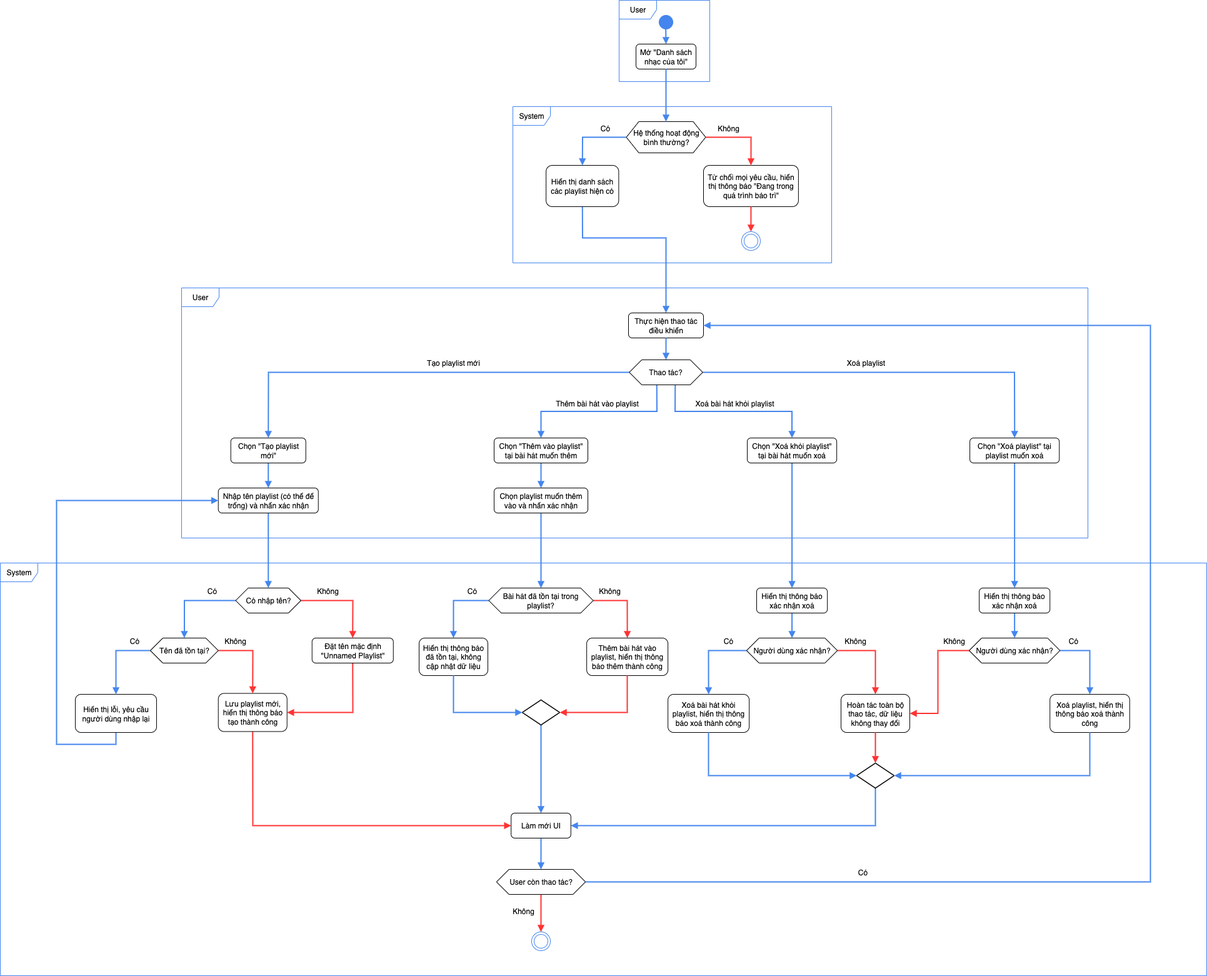
This is Images/playlist/playlist-activity.png from phuvi301/DOAN-CNPM, a draw.io export, as it was before one commit. Source tidied: cells renumbered, new cells last; positions are measured from the earlier drawing's top-left corner, leaving out a move shared by most shapes.
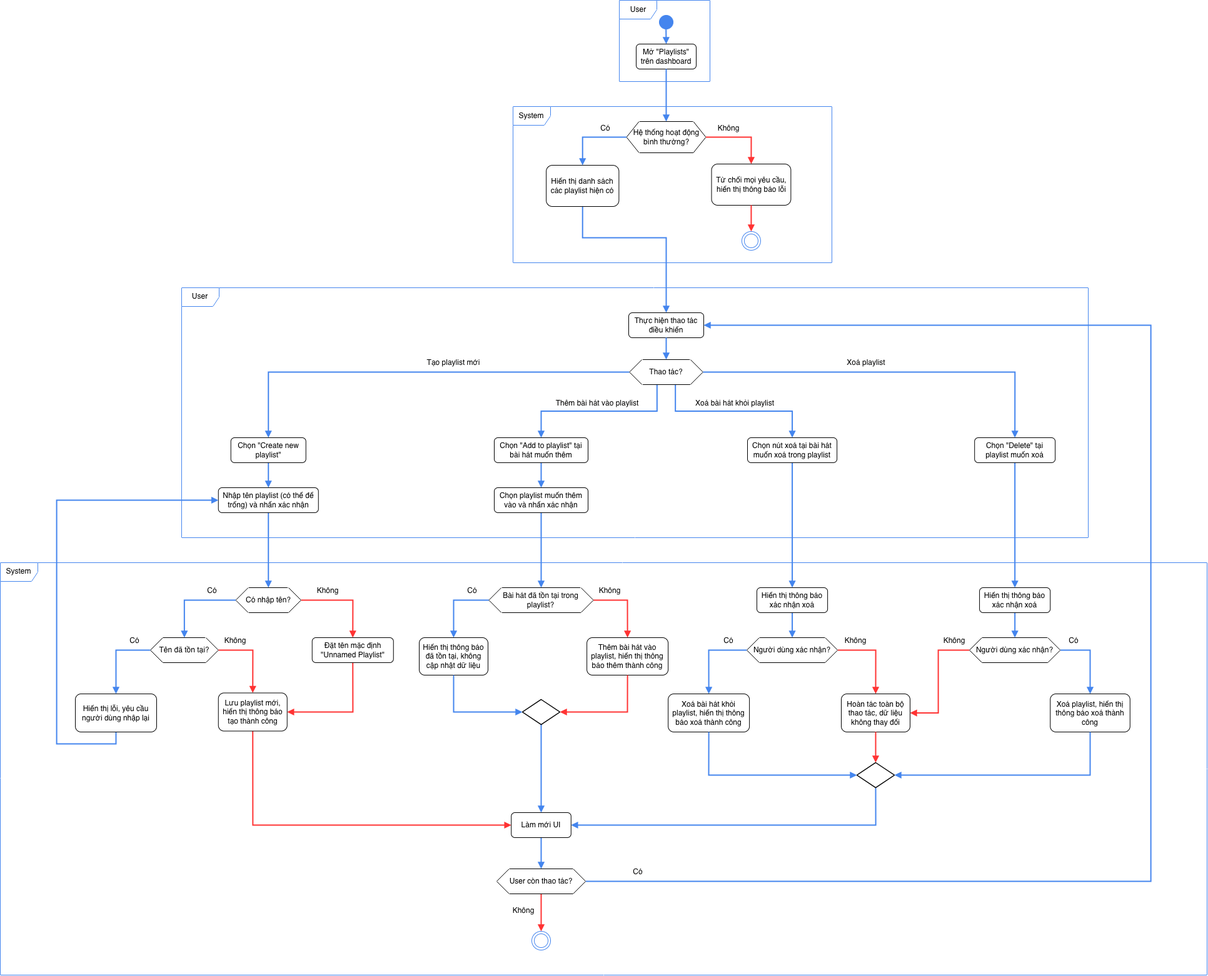
Later version of the same file.

The edit, as a diff of the source:
```diff
@@ -11,7 +11,7 @@
     <mxCell id="4" style="html=1;verticalAlign=bottom;endArrow=block;rounded=0;strokeWidth=2&#10;;exitX=0.489;exitY=0.825;exitDx=0;exitDy=0;exitPerimeter=0;strokeColor=#4485EE;entryX=0.5;entryY=0;entryDx=0;entryDy=0;" parent="1" edge="1" source="3" target="5">
       <mxGeometry relative="1" as="geometry" />
     </mxCell>
-    <mxCell id="5" value="Mở &quot;Danh sách nhạc của tôi&quot;" style="rounded=1;whiteSpace=wrap;html=1;" parent="1" vertex="1">
+    <mxCell id="5" value="Mở &quot;Playlists&quot; trên dashboard" style="rounded=1;whiteSpace=wrap;html=1;" parent="1" vertex="1">
       <mxGeometry x="1017" y="70" width="96" height="40" as="geometry" />
     </mxCell>
     <mxCell id="6" value="System" style="shape=umlFrame;whiteSpace=wrap;html=1;strokeColor=#4485EE;" parent="1" vertex="1">
@@ -26,8 +26,8 @@
     <mxCell id="9" style="html=1;verticalAlign=bottom;endArrow=block;rounded=0;strokeWidth=2&#10;;strokeColor=#FF3333;edgeStyle=orthogonalEdgeStyle;entryX=0.5;entryY=0;entryDx=0;entryDy=0;exitX=1;exitY=0.5;exitDx=0;exitDy=0;" parent="1" edge="1" source="8" target="10">
       <mxGeometry relative="1" as="geometry" />
     </mxCell>
-    <mxCell id="10" value="Từ chối mọi yêu cầu, hiển thị thông báo &quot;Đang trong quá trình bảo trì&quot;" style="rounded=1;whiteSpace=wrap;html=1;" parent="1" vertex="1">
-      <mxGeometry x="1125" y="264" width="151.9" height="66" as="geometry" />
+    <mxCell id="10" value="Từ chối mọi yêu cầu, hiển thị thông báo lỗi" style="rounded=1;whiteSpace=wrap;html=1;" parent="1" vertex="1">
+      <mxGeometry x="1137.5" y="262" width="126.9" height="66" as="geometry" />
     </mxCell>
     <mxCell id="11" style="edgeStyle=orthogonalEdgeStyle;rounded=0;jettySize=auto;html=1;exitX=0.5;exitY=1;exitDx=0;exitDy=0;entryX=0.5;entryY=0;entryDx=0;entryDy=0;strokeColor=#4485EE;strokeWidth=2;align=center;verticalAlign=bottom;fontFamily=Helvetica;fontSize=11;fontColor=default;labelBackgroundColor=default;endArrow=block;" parent="1" edge="1" source="12" target="16">
       <mxGeometry relative="1" as="geometry">
@@ -55,11 +55,6 @@
     <mxCell id="17" style="html=1;verticalAlign=bottom;endArrow=block;rounded=0;strokeWidth=2&#10;;exitX=0.5;exitY=1;exitDx=0;exitDy=0;strokeColor=#4485EE;entryX=0.5;entryY=0;entryDx=0;entryDy=0;" parent="1" edge="1" source="16" target="26">
       <mxGeometry relative="1" as="geometry" />
     </mxCell>
-    <mxCell id="18" style="html=1;verticalAlign=bottom;endArrow=block;rounded=0;strokeWidth=2&#10;;exitX=0.5;exitY=1;exitDx=0;exitDy=0;strokeColor=#4485EE;entryX=0.5;entryY=0;entryDx=0;entryDy=0;" parent="1" edge="1" target="x">
-      <mxGeometry relative="1" as="geometry">
-        <mxPoint x="915" y="280" as="sourcePoint" />
-      </mxGeometry>
-    </mxCell>
     <mxCell id="19" style="html=1;verticalAlign=bottom;endArrow=block;rounded=0;strokeWidth=2&#10;;strokeColor=#4485EE;edgeStyle=orthogonalEdgeStyle;entryX=0.5;entryY=0;entryDx=0;entryDy=0;exitX=0;exitY=0.5;exitDx=0;exitDy=0;" parent="1" edge="1" source="8" target="12">
       <mxGeometry relative="1" as="geometry" />
     </mxCell>
@@ -87,7 +82,7 @@
     <mxCell id="27" style="edgeStyle=orthogonalEdgeStyle;rounded=0;jettySize=auto;html=1;exitX=0.5;exitY=1;exitDx=0;exitDy=0;entryX=0.5;entryY=0;entryDx=0;entryDy=0;strokeColor=#4485EE;strokeWidth=2;align=center;verticalAlign=bottom;fontFamily=Helvetica;fontSize=11;fontColor=default;labelBackgroundColor=default;endArrow=block;" parent="1" edge="1" source="28" target="30">
       <mxGeometry relative="1" as="geometry" />
     </mxCell>
-    <mxCell id="28" value="Chọn &quot;Tạo playlist mới&quot;" style="rounded=1;whiteSpace=wrap;html=1;" parent="1" vertex="1">
+    <mxCell id="28" value="Chọn &quot;Create new playlist&quot;" style="rounded=1;whiteSpace=wrap;html=1;" parent="1" vertex="1">
       <mxGeometry x="368.8" y="700" width="120" height="40" as="geometry" />
     </mxCell>
     <mxCell id="29" style="edgeStyle=orthogonalEdgeStyle;rounded=0;jettySize=auto;html=1;exitX=0.5;exitY=1;exitDx=0;exitDy=0;entryX=0.5;entryY=0;entryDx=0;entryDy=0;strokeColor=#4485EE;strokeWidth=2;align=center;verticalAlign=bottom;fontFamily=Helvetica;fontSize=11;fontColor=default;labelBackgroundColor=default;endArrow=block;" parent="1" edge="1" source="30" target="50">
@@ -99,20 +94,20 @@
     <mxCell id="31" style="edgeStyle=orthogonalEdgeStyle;rounded=0;jettySize=auto;html=1;exitX=0.5;exitY=1;exitDx=0;exitDy=0;entryX=0.5;entryY=0;entryDx=0;entryDy=0;strokeColor=#4485EE;strokeWidth=2;align=center;verticalAlign=bottom;fontFamily=Helvetica;fontSize=11;fontColor=default;labelBackgroundColor=default;endArrow=block;" parent="1" edge="1" source="32" target="42">
       <mxGeometry relative="1" as="geometry" />
     </mxCell>
-    <mxCell id="32" value="Chọn &quot;Thêm vào playlist&quot; tại bài hát muốn thêm" style="rounded=1;whiteSpace=wrap;html=1;" parent="1" vertex="1">
+    <mxCell id="32" value="Chọn &quot;Add to playlist&quot; tại bài hát muốn thêm" style="rounded=1;whiteSpace=wrap;html=1;" parent="1" vertex="1">
       <mxGeometry x="790" y="700" width="150" height="40" as="geometry" />
     </mxCell>
     <mxCell id="33" style="edgeStyle=orthogonalEdgeStyle;rounded=0;jettySize=auto;html=1;exitX=0.5;exitY=1;exitDx=0;exitDy=0;entryX=0.5;entryY=0;entryDx=0;entryDy=0;strokeColor=#4485EE;strokeWidth=2;align=center;verticalAlign=bottom;fontFamily=Helvetica;fontSize=11;fontColor=default;labelBackgroundColor=default;endArrow=block;" parent="1" edge="1" source="34" target="45">
       <mxGeometry relative="1" as="geometry" />
     </mxCell>
-    <mxCell id="34" value="Chọn &quot;Xoá khỏi playlist&quot; tại bài hát muốn xoá" style="rounded=1;whiteSpace=wrap;html=1;" parent="1" vertex="1">
+    <mxCell id="34" value="Chọn nút xoá tại bài hát muốn xoá trong playlist" style="rounded=1;whiteSpace=wrap;html=1;" parent="1" vertex="1">
       <mxGeometry x="1195" y="700" width="143.1" height="40" as="geometry" />
     </mxCell>
     <mxCell id="35" style="edgeStyle=orthogonalEdgeStyle;rounded=0;jettySize=auto;html=1;exitX=0.5;exitY=1;exitDx=0;exitDy=0;entryX=0.5;entryY=0;entryDx=0;entryDy=0;strokeColor=#4485EE;strokeWidth=2;align=center;verticalAlign=bottom;fontFamily=Helvetica;fontSize=11;fontColor=default;labelBackgroundColor=default;endArrow=block;" parent="1" edge="1" source="36" target="47">
       <mxGeometry relative="1" as="geometry" />
     </mxCell>
-    <mxCell id="36" value="Chọn &quot;Xoá playlist&quot; tại playlist muốn xoá" style="rounded=1;whiteSpace=wrap;html=1;" parent="1" vertex="1">
-      <mxGeometry x="1551.1" y="700" width="143.1" height="40" as="geometry" />
+    <mxCell id="36" value="Chọn &quot;Delete&quot; tại playlist muốn xoá" style="rounded=1;whiteSpace=wrap;html=1;" parent="1" vertex="1">
+      <mxGeometry x="1558.2" y="700" width="128.9" height="40" as="geometry" />
     </mxCell>
     <mxCell id="37" value="Tạo playlist mới" style="text;html=1;align=center;verticalAlign=middle;whiteSpace=wrap;rounded=0;" parent="1" vertex="1">
       <mxGeometry x="650" y="565" width="150" height="30" as="geometry" />
@@ -320,7 +315,7 @@
       <mxGeometry x="807" y="1442" width="60" height="30" as="geometry" />
     </mxCell>
     <mxCell id="100" value="Có" style="text;html=1;align=center;verticalAlign=middle;whiteSpace=wrap;rounded=0;" parent="1" vertex="1">
-      <mxGeometry x="1350" y="1380" width="60" height="30" as="geometry" />
+      <mxGeometry x="990" y="1380" width="60" height="30" as="geometry" />
     </mxCell>
   </root>
 </mxGraphModel>
```
